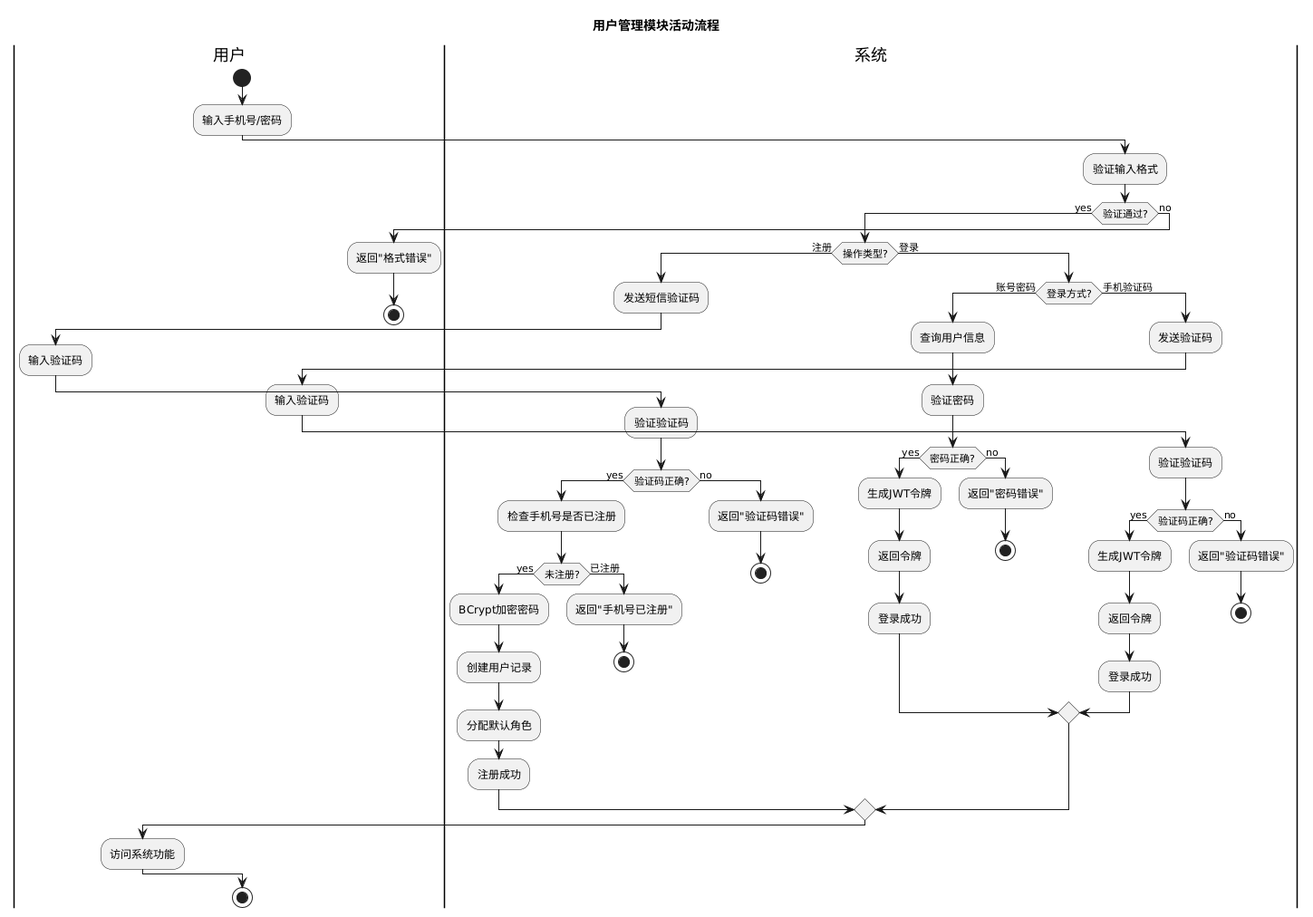
The PlantUML diagram projects/mall/paper/assets/diagrams/uml/activity-user.png in jiongQAQ/promptx_tools, before a commit.
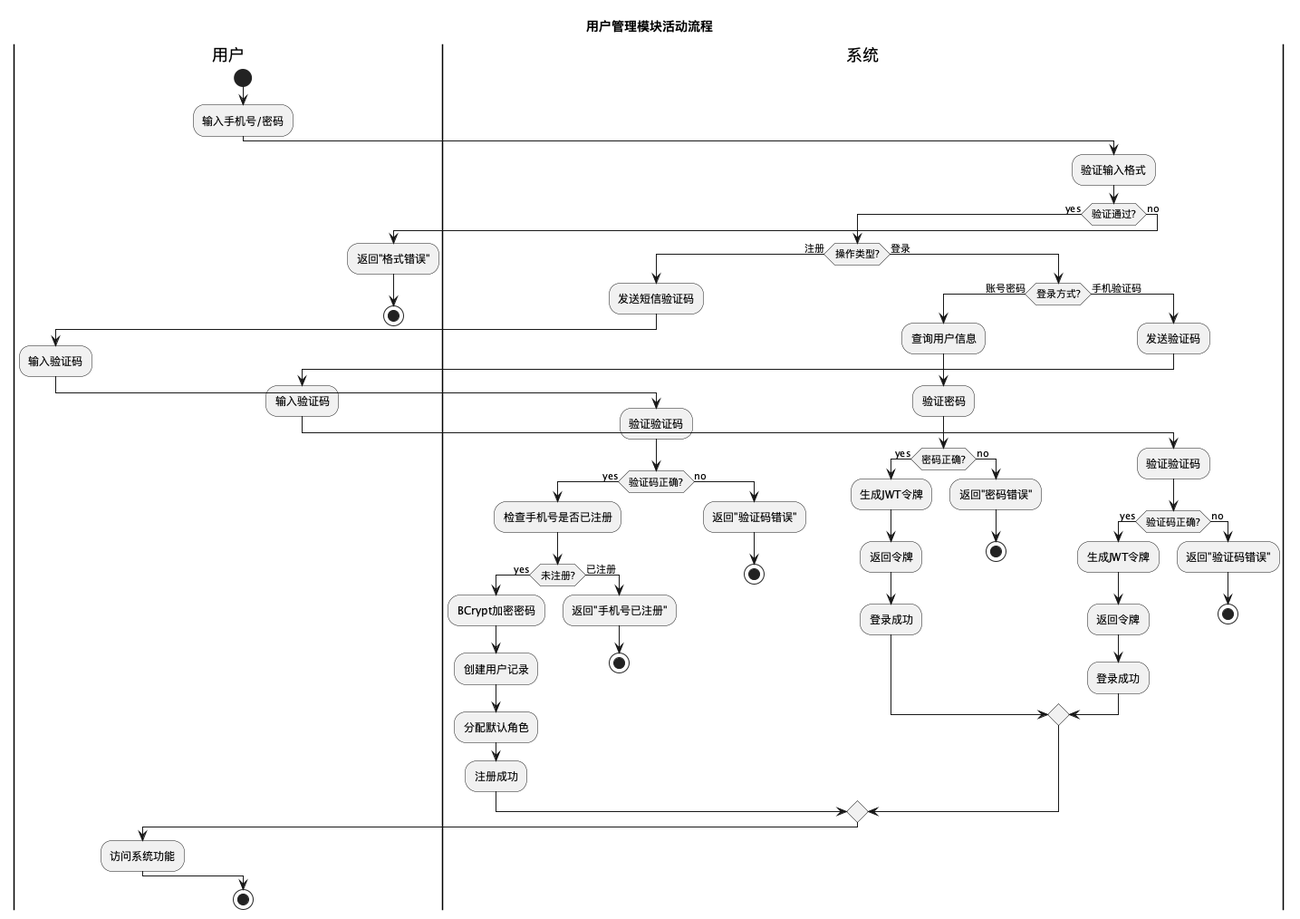
Above is the later version.

Change to the diagram source:
```diff
@@ -1,4 +1,10 @@
-@startuml
+@startuml activity-user
+
+!pragma layout smetana
+skinparam linetype ortho
+skinparam nodesep 80
+skinparam ranksep 80
+
 title 用户管理模块活动流程
 
 |用户|
@@ -81,4 +87,5 @@
 endif
 
 stop
+
 @enduml
```
